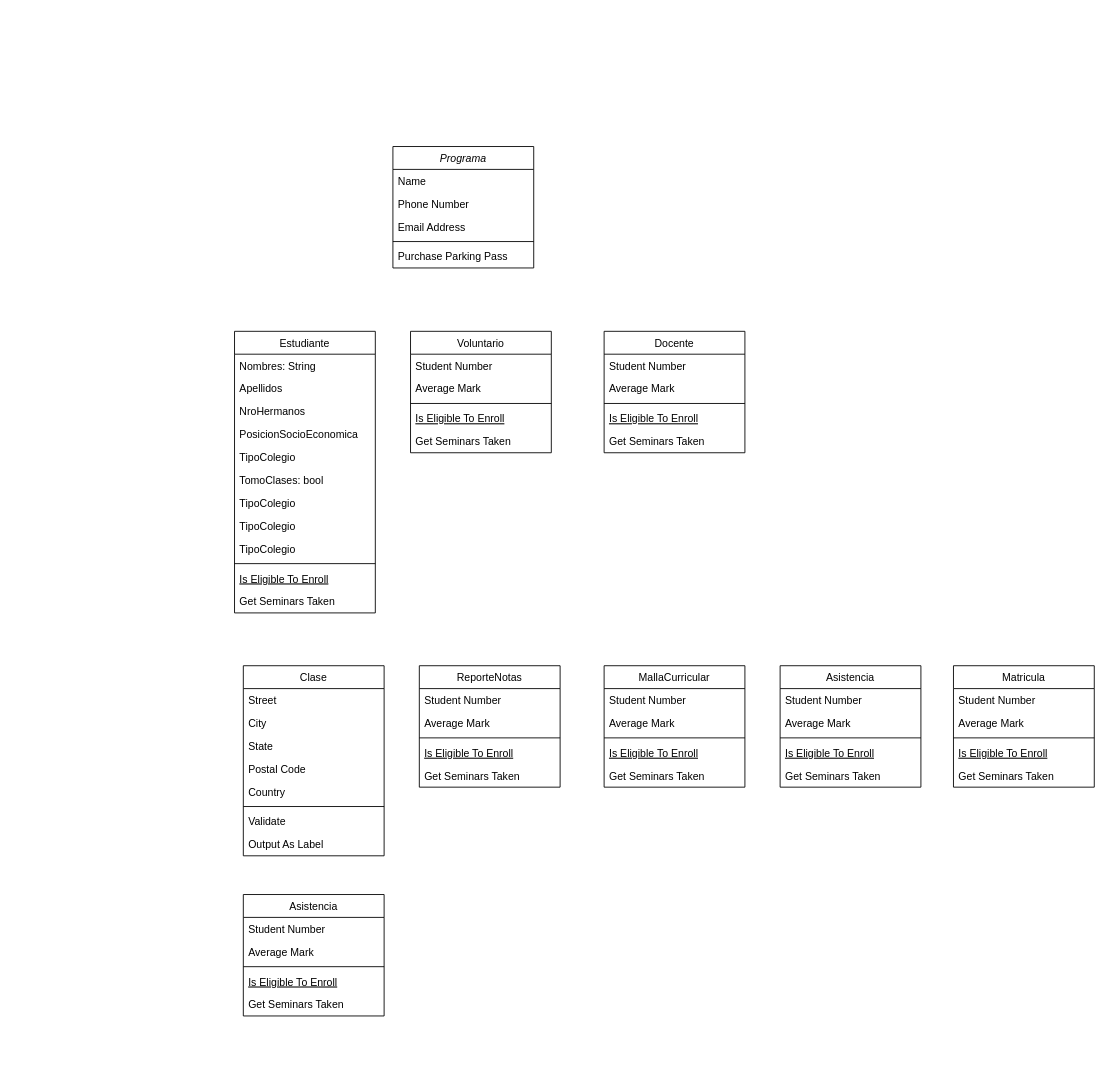
The draw.io diagram diagrama_classes.drawio in NoheliaEstefhania/Learnify, before the edit. Source tidied: cells renumbered, new cells numbered last; positions are measured from the earlier drawing's top-left corner, leaving out a move shared by most shapes. Both pictures are drawn from the tidied source at 88%, with x=0, y=0 at pixel (234, 146).
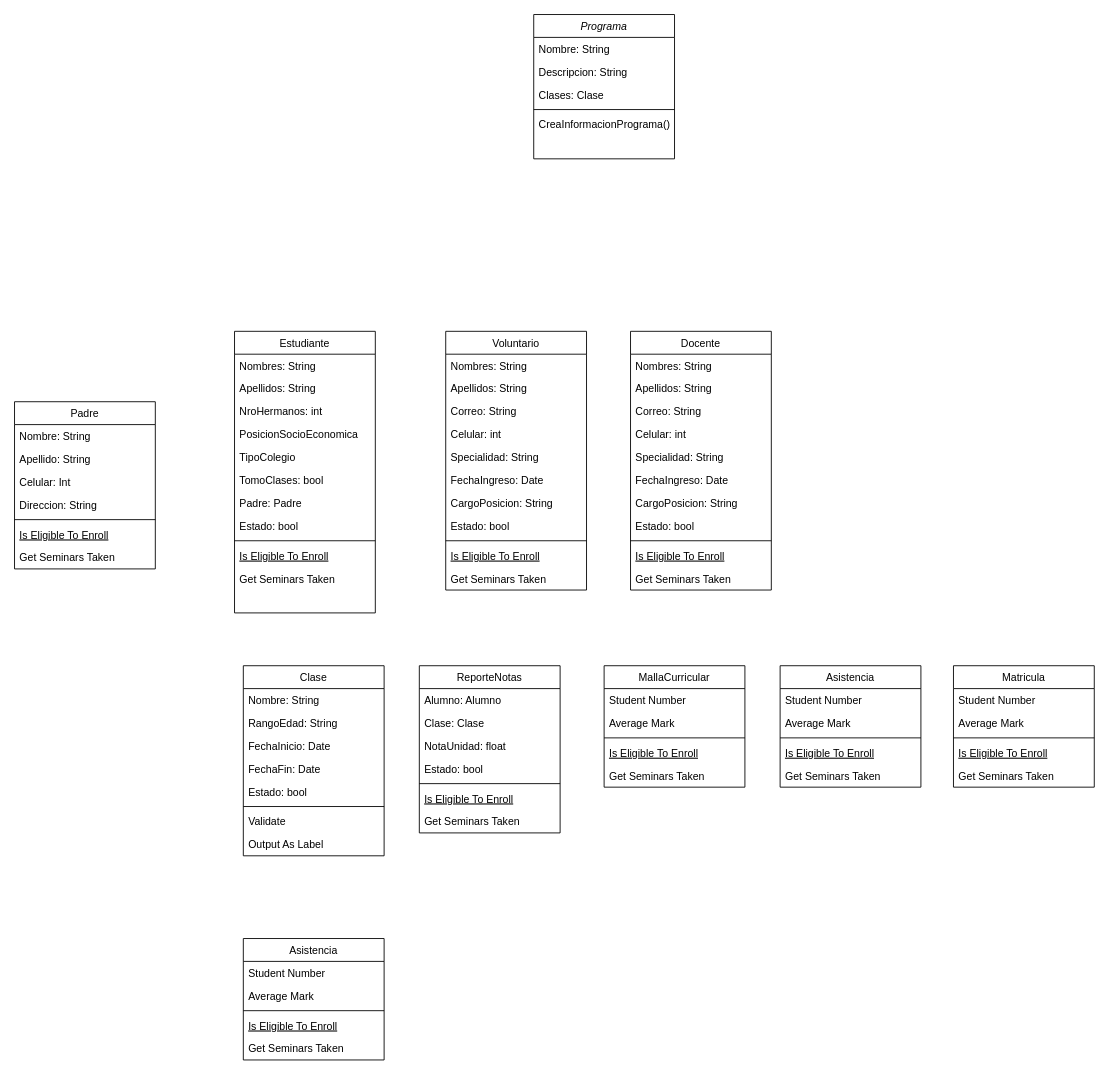
After the change.

Unchanged cells that the change refers to:
```xml
<mxCell id="8" value="Estudiante" style="swimlane;fontStyle=0;align=center;verticalAlign=top;horizontal=1;startSize=26;rounded=0;shadow=0;strokeWidth=1;" parent="1" vertex="1">
  <mxGeometry y="210" width="160" height="320" as="geometry" />
</mxCell>
<mxCell id="21" value="Clase" style="swimlane;fontStyle=0;align=center;verticalAlign=top;horizontal=1;startSize=26;rounded=0;shadow=0;strokeWidth=1;" parent="1" vertex="1">
  <mxGeometry x="10" y="590" width="160" height="216" as="geometry" />
</mxCell>
```

The edit, as a diff of the source:
```diff
@@
     <mxCell id="2" value="Programa" style="swimlane;fontStyle=2;align=center;verticalAlign=top;horizontal=1;startSize=26;rounded=0;shadow=0;strokeWidth=1;" parent="1" vertex="1">
-      <mxGeometry x="180" width="160" height="138" as="geometry" />
+      <mxGeometry x="340" y="-150" width="160" height="164" as="geometry" />
     </mxCell>
-    <mxCell id="3" value="Name" style="text;align=left;verticalAlign=top;spacingLeft=4;spacingRight=4;overflow=hidden;" parent="2" vertex="1">
+    <mxCell id="3" value="Nombre: String" style="text;align=left;verticalAlign=top;spacingLeft=4;spacingRight=4;overflow=hidden;" parent="2" vertex="1">
       <mxGeometry y="26" width="160" height="26" as="geometry" />
     </mxCell>
+    <mxCell id="5" value="Descripcion: String" style="text;align=left;verticalAlign=top;spacingLeft=4;spacingRight=4;overflow=hidden;rounded=0;shadow=0;html=0;" parent="2" vertex="1">
+      <mxGeometry y="52" width="160" height="26" as="geometry" />
+    </mxCell>
-    <mxCell id="4" value="Phone Number" style="text;align=left;verticalAlign=top;spacingLeft=4;spacingRight=4;overflow=hidden;rounded=0;shadow=0;html=0;" parent="2" vertex="1">
-      <mxGeometry y="52" width="160" height="26" as="geometry" />
+    <mxCell id="4" value="Clases: Clase" style="text;align=left;verticalAlign=top;spacingLeft=4;spacingRight=4;overflow=hidden;rounded=0;shadow=0;html=0;" parent="2" vertex="1">
+      <mxGeometry y="78" width="160" height="26" as="geometry" />
     </mxCell>
-    <mxCell id="5" value="Email Address" style="text;align=left;verticalAlign=top;spacingLeft=4;spacingRight=4;overflow=hidden;rounded=0;shadow=0;html=0;" parent="2" vertex="1">
-      <mxGeometry y="78" width="160" height="26" as="geometry" />
-    </mxCell>
@@
-    <mxCell id="7" value="Purchase Parking Pass" style="text;align=left;verticalAlign=top;spacingLeft=4;spacingRight=4;overflow=hidden;" parent="2" vertex="1">
+    <mxCell id="7" value="CreaInformacionPrograma()" style="text;align=left;verticalAlign=top;spacingLeft=4;spacingRight=4;overflow=hidden;" parent="2" vertex="1">
       <mxGeometry y="112" width="160" height="26" as="geometry" />
     </mxCell>
@@
-    <mxCell id="10" value="Apellidos" style="text;align=left;verticalAlign=top;spacingLeft=4;spacingRight=4;overflow=hidden;rounded=0;shadow=0;html=0;" parent="8" vertex="1">
+    <mxCell id="10" value="Apellidos: String" style="text;align=left;verticalAlign=top;spacingLeft=4;spacingRight=4;overflow=hidden;rounded=0;shadow=0;html=0;" parent="8" vertex="1">
       <mxGeometry y="52" width="160" height="26" as="geometry" />
     </mxCell>
-    <mxCell id="11" value="NroHermanos" style="text;align=left;verticalAlign=top;spacingLeft=4;spacingRight=4;overflow=hidden;rounded=0;shadow=0;html=0;" parent="8" vertex="1">
+    <mxCell id="11" value="NroHermanos: int" style="text;align=left;verticalAlign=top;spacingLeft=4;spacingRight=4;overflow=hidden;rounded=0;shadow=0;html=0;" parent="8" vertex="1">
       <mxGeometry y="78" width="160" height="26" as="geometry" />
     </mxCell>
@@
-    <mxCell id="15" value="TipoColegio" style="text;align=left;verticalAlign=top;spacingLeft=4;spacingRight=4;overflow=hidden;rounded=0;shadow=0;html=0;" parent="8" vertex="1">
+    <mxCell id="15" value="Padre: Padre" style="text;align=left;verticalAlign=top;spacingLeft=4;spacingRight=4;overflow=hidden;rounded=0;shadow=0;html=0;" parent="8" vertex="1">
       <mxGeometry y="182" width="160" height="26" as="geometry" />
     </mxCell>
-    <mxCell id="16" value="TipoColegio" style="text;align=left;verticalAlign=top;spacingLeft=4;spacingRight=4;overflow=hidden;rounded=0;shadow=0;html=0;" parent="8" vertex="1">
+    <mxCell id="16" value="Estado: bool" style="text;align=left;verticalAlign=top;spacingLeft=4;spacingRight=4;overflow=hidden;rounded=0;shadow=0;html=0;" parent="8" vertex="1">
       <mxGeometry y="208" width="160" height="26" as="geometry" />
     </mxCell>
-    <mxCell id="17" value="TipoColegio" style="text;align=left;verticalAlign=top;spacingLeft=4;spacingRight=4;overflow=hidden;rounded=0;shadow=0;html=0;" parent="8" vertex="1">
-      <mxGeometry y="234" width="160" height="26" as="geometry" />
-    </mxCell>
     <mxCell id="18" style="line;html=1;strokeWidth=1;align=left;verticalAlign=middle;spacingTop=-1;spacingLeft=3;spacingRight=3;labelPosition=right;" parent="8" vertex="1">
-      <mxGeometry y="260" width="160" height="8" as="geometry" />
+      <mxGeometry y="234" width="160" height="8" as="geometry" />
     </mxCell>
     <mxCell id="19" value="Is Eligible To Enroll" style="text;align=left;verticalAlign=top;spacingLeft=4;spacingRight=4;overflow=hidden;fontStyle=4;" parent="8" vertex="1">
-      <mxGeometry y="268" width="160" height="26" as="geometry" />
+      <mxGeometry y="242" width="160" height="26" as="geometry" />
     </mxCell>
     <mxCell id="20" value="Get Seminars Taken" style="text;align=left;verticalAlign=top;spacingLeft=4;spacingRight=4;overflow=hidden;" parent="8" vertex="1">
-      <mxGeometry y="294" width="160" height="26" as="geometry" />
+      <mxGeometry y="268" width="160" height="26" as="geometry" />
     </mxCell>
@@
-    <mxCell id="22" value="Street" style="text;align=left;verticalAlign=top;spacingLeft=4;spacingRight=4;overflow=hidden;" parent="21" vertex="1">
+    <mxCell id="22" value="Nombre: String" style="text;align=left;verticalAlign=top;spacingLeft=4;spacingRight=4;overflow=hidden;" parent="21" vertex="1">
       <mxGeometry y="26" width="160" height="26" as="geometry" />
     </mxCell>
-    <mxCell id="23" value="City" style="text;align=left;verticalAlign=top;spacingLeft=4;spacingRight=4;overflow=hidden;rounded=0;shadow=0;html=0;" parent="21" vertex="1">
+    <mxCell id="23" value="RangoEdad: String" style="text;align=left;verticalAlign=top;spacingLeft=4;spacingRight=4;overflow=hidden;rounded=0;shadow=0;html=0;" parent="21" vertex="1">
       <mxGeometry y="52" width="160" height="26" as="geometry" />
     </mxCell>
-    <mxCell id="24" value="State" style="text;align=left;verticalAlign=top;spacingLeft=4;spacingRight=4;overflow=hidden;rounded=0;shadow=0;html=0;" parent="21" vertex="1">
+    <mxCell id="24" value="FechaInicio: Date" style="text;align=left;verticalAlign=top;spacingLeft=4;spacingRight=4;overflow=hidden;rounded=0;shadow=0;html=0;" parent="21" vertex="1">
       <mxGeometry y="78" width="160" height="26" as="geometry" />
     </mxCell>
-    <mxCell id="25" value="Postal Code" style="text;align=left;verticalAlign=top;spacingLeft=4;spacingRight=4;overflow=hidden;rounded=0;shadow=0;html=0;" parent="21" vertex="1">
+    <mxCell id="25" value="FechaFin: Date" style="text;align=left;verticalAlign=top;spacingLeft=4;spacingRight=4;overflow=hidden;rounded=0;shadow=0;html=0;" parent="21" vertex="1">
       <mxGeometry y="104" width="160" height="26" as="geometry" />
     </mxCell>
-    <mxCell id="26" value="Country" style="text;align=left;verticalAlign=top;spacingLeft=4;spacingRight=4;overflow=hidden;rounded=0;shadow=0;html=0;" parent="21" vertex="1">
+    <mxCell id="26" value="Estado: bool" style="text;align=left;verticalAlign=top;spacingLeft=4;spacingRight=4;overflow=hidden;rounded=0;shadow=0;html=0;" parent="21" vertex="1">
       <mxGeometry y="130" width="160" height="26" as="geometry" />
     </mxCell>
@@
     <mxCell id="30" value="Voluntario" style="swimlane;fontStyle=0;align=center;verticalAlign=top;horizontal=1;startSize=26;rounded=0;shadow=0;strokeWidth=1;" parent="1" vertex="1">
-      <mxGeometry x="200" y="210" width="160" height="138" as="geometry" />
+      <mxGeometry x="240" y="210" width="160" height="294" as="geometry" />
     </mxCell>
-    <mxCell id="31" value="Student Number" style="text;align=left;verticalAlign=top;spacingLeft=4;spacingRight=4;overflow=hidden;" parent="30" vertex="1">
+    <mxCell id="31" value="Nombres: String" style="text;align=left;verticalAlign=top;spacingLeft=4;spacingRight=4;overflow=hidden;" parent="30" vertex="1">
       <mxGeometry y="26" width="160" height="26" as="geometry" />
     </mxCell>
-    <mxCell id="32" value="Average Mark" style="text;align=left;verticalAlign=top;spacingLeft=4;spacingRight=4;overflow=hidden;rounded=0;shadow=0;html=0;" parent="30" vertex="1">
+    <mxCell id="32" value="Apellidos: String" style="text;align=left;verticalAlign=top;spacingLeft=4;spacingRight=4;overflow=hidden;rounded=0;shadow=0;html=0;" parent="30" vertex="1">
       <mxGeometry y="52" width="160" height="26" as="geometry" />
     </mxCell>
+    <mxCell id="72" value="Correo: String" style="text;align=left;verticalAlign=top;spacingLeft=4;spacingRight=4;overflow=hidden;rounded=0;shadow=0;html=0;" parent="30" vertex="1">
+      <mxGeometry y="78" width="160" height="26" as="geometry" />
+    </mxCell>
+    <mxCell id="73" value="Celular: int" style="text;align=left;verticalAlign=top;spacingLeft=4;spacingRight=4;overflow=hidden;rounded=0;shadow=0;html=0;" parent="30" vertex="1">
+      <mxGeometry y="104" width="160" height="26" as="geometry" />
+    </mxCell>
+    <mxCell id="74" value="Specialidad: String" style="text;align=left;verticalAlign=top;spacingLeft=4;spacingRight=4;overflow=hidden;rounded=0;shadow=0;html=0;" parent="30" vertex="1">
+      <mxGeometry y="130" width="160" height="26" as="geometry" />
+    </mxCell>
+    <mxCell id="75" value="FechaIngreso: Date" style="text;align=left;verticalAlign=top;spacingLeft=4;spacingRight=4;overflow=hidden;rounded=0;shadow=0;html=0;" parent="30" vertex="1">
+      <mxGeometry y="156" width="160" height="26" as="geometry" />
+    </mxCell>
+    <mxCell id="76" value="CargoPosicion: String" style="text;align=left;verticalAlign=top;spacingLeft=4;spacingRight=4;overflow=hidden;rounded=0;shadow=0;html=0;" parent="30" vertex="1">
+      <mxGeometry y="182" width="160" height="26" as="geometry" />
+    </mxCell>
+    <mxCell id="77" value="Estado: bool" style="text;align=left;verticalAlign=top;spacingLeft=4;spacingRight=4;overflow=hidden;rounded=0;shadow=0;html=0;" parent="30" vertex="1">
+      <mxGeometry y="208" width="160" height="26" as="geometry" />
+    </mxCell>
     <mxCell id="33" style="line;html=1;strokeWidth=1;align=left;verticalAlign=middle;spacingTop=-1;spacingLeft=3;spacingRight=3;labelPosition=right;" parent="30" vertex="1">
-      <mxGeometry y="78" width="160" height="8" as="geometry" />
+      <mxGeometry y="234" width="160" height="8" as="geometry" />
     </mxCell>
     <mxCell id="34" value="Is Eligible To Enroll" style="text;align=left;verticalAlign=top;spacingLeft=4;spacingRight=4;overflow=hidden;fontStyle=4;" parent="30" vertex="1">
-      <mxGeometry y="86" width="160" height="26" as="geometry" />
+      <mxGeometry y="242" width="160" height="26" as="geometry" />
     </mxCell>
     <mxCell id="35" value="Get Seminars Taken" style="text;align=left;verticalAlign=top;spacingLeft=4;spacingRight=4;overflow=hidden;" parent="30" vertex="1">
-      <mxGeometry y="112" width="160" height="26" as="geometry" />
+      <mxGeometry y="268" width="160" height="26" as="geometry" />
     </mxCell>
-    <mxCell id="36" value="Docente" style="swimlane;fontStyle=0;align=center;verticalAlign=top;horizontal=1;startSize=26;rounded=0;shadow=0;strokeWidth=1;" parent="1" vertex="1">
-      <mxGeometry x="420" y="210" width="160" height="138" as="geometry" />
-    </mxCell>
-    <mxCell id="37" value="Student Number" style="text;align=left;verticalAlign=top;spacingLeft=4;spacingRight=4;overflow=hidden;" parent="36" vertex="1">
-      <mxGeometry y="26" width="160" height="26" as="geometry" />
-    </mxCell>
-    <mxCell id="38" value="Average Mark" style="text;align=left;verticalAlign=top;spacingLeft=4;spacingRight=4;overflow=hidden;rounded=0;shadow=0;html=0;" parent="36" vertex="1">
-      <mxGeometry y="52" width="160" height="26" as="geometry" />
-    </mxCell>
-    <mxCell id="39" style="line;html=1;strokeWidth=1;align=left;verticalAlign=middle;spacingTop=-1;spacingLeft=3;spacingRight=3;labelPosition=right;" parent="36" vertex="1">
-      <mxGeometry y="78" width="160" height="8" as="geometry" />
-    </mxCell>
-    <mxCell id="40" value="Is Eligible To Enroll" style="text;align=left;verticalAlign=top;spacingLeft=4;spacingRight=4;overflow=hidden;fontStyle=4;" parent="36" vertex="1">
-      <mxGeometry y="86" width="160" height="26" as="geometry" />
-    </mxCell>
-    <mxCell id="41" value="Get Seminars Taken" style="text;align=left;verticalAlign=top;spacingLeft=4;spacingRight=4;overflow=hidden;" parent="36" vertex="1">
-      <mxGeometry y="112" width="160" height="26" as="geometry" />
-    </mxCell>
     <mxCell id="42" value="ReporteNotas" style="swimlane;fontStyle=0;align=center;verticalAlign=top;horizontal=1;startSize=26;rounded=0;shadow=0;strokeWidth=1;" parent="1" vertex="1">
-      <mxGeometry x="210" y="590" width="160" height="138" as="geometry" />
+      <mxGeometry x="210" y="590" width="160" height="190" as="geometry" />
     </mxCell>
-    <mxCell id="43" value="Student Number" style="text;align=left;verticalAlign=top;spacingLeft=4;spacingRight=4;overflow=hidden;" parent="42" vertex="1">
+    <mxCell id="43" value="Alumno: Alumno" style="text;align=left;verticalAlign=top;spacingLeft=4;spacingRight=4;overflow=hidden;" parent="42" vertex="1">
       <mxGeometry y="26" width="160" height="26" as="geometry" />
     </mxCell>
-    <mxCell id="44" value="Average Mark" style="text;align=left;verticalAlign=top;spacingLeft=4;spacingRight=4;overflow=hidden;rounded=0;shadow=0;html=0;" parent="42" vertex="1">
+    <mxCell id="44" value="Clase: Clase" style="text;align=left;verticalAlign=top;spacingLeft=4;spacingRight=4;overflow=hidden;rounded=0;shadow=0;html=0;" parent="42" vertex="1">
       <mxGeometry y="52" width="160" height="26" as="geometry" />
     </mxCell>
+    <mxCell id="78" value="NotaUnidad: float" style="text;align=left;verticalAlign=top;spacingLeft=4;spacingRight=4;overflow=hidden;rounded=0;shadow=0;html=0;" parent="42" vertex="1">
+      <mxGeometry y="78" width="160" height="26" as="geometry" />
+    </mxCell>
+    <mxCell id="79" value="Estado: bool" style="text;align=left;verticalAlign=top;spacingLeft=4;spacingRight=4;overflow=hidden;rounded=0;shadow=0;html=0;" parent="42" vertex="1">
+      <mxGeometry y="104" width="160" height="26" as="geometry" />
+    </mxCell>
     <mxCell id="45" style="line;html=1;strokeWidth=1;align=left;verticalAlign=middle;spacingTop=-1;spacingLeft=3;spacingRight=3;labelPosition=right;" parent="42" vertex="1">
-      <mxGeometry y="78" width="160" height="8" as="geometry" />
+      <mxGeometry y="130" width="160" height="8" as="geometry" />
     </mxCell>
     <mxCell id="46" value="Is Eligible To Enroll" style="text;align=left;verticalAlign=top;spacingLeft=4;spacingRight=4;overflow=hidden;fontStyle=4;" parent="42" vertex="1">
-      <mxGeometry y="86" width="160" height="26" as="geometry" />
+      <mxGeometry y="138" width="160" height="26" as="geometry" />
     </mxCell>
     <mxCell id="47" value="Get Seminars Taken" style="text;align=left;verticalAlign=top;spacingLeft=4;spacingRight=4;overflow=hidden;" parent="42" vertex="1">
-      <mxGeometry y="112" width="160" height="26" as="geometry" />
+      <mxGeometry y="164" width="160" height="26" as="geometry" />
     </mxCell>
@@
     <mxCell id="60" value="Asistencia" style="swimlane;fontStyle=0;align=center;verticalAlign=top;horizontal=1;startSize=26;rounded=0;shadow=0;strokeWidth=1;" parent="1" vertex="1">
-      <mxGeometry x="10" y="850" width="160" height="138" as="geometry" />
+      <mxGeometry x="10" y="900" width="160" height="138" as="geometry" />
     </mxCell>
@@
+    <mxCell id="80" value="Padre" style="swimlane;fontStyle=0;align=center;verticalAlign=top;horizontal=1;startSize=26;rounded=0;shadow=0;strokeWidth=1;" parent="1" vertex="1">
+      <mxGeometry x="-250" y="290" width="160" height="190" as="geometry" />
+    </mxCell>
+    <mxCell id="81" value="Nombre: String" style="text;align=left;verticalAlign=top;spacingLeft=4;spacingRight=4;overflow=hidden;" parent="80" vertex="1">
+      <mxGeometry y="26" width="160" height="26" as="geometry" />
+    </mxCell>
+    <mxCell id="82" value="Apellido: String" style="text;align=left;verticalAlign=top;spacingLeft=4;spacingRight=4;overflow=hidden;rounded=0;shadow=0;html=0;" parent="80" vertex="1">
+      <mxGeometry y="52" width="160" height="26" as="geometry" />
+    </mxCell>
+    <mxCell id="83" value="Celular: Int" style="text;align=left;verticalAlign=top;spacingLeft=4;spacingRight=4;overflow=hidden;rounded=0;shadow=0;html=0;" parent="80" vertex="1">
+      <mxGeometry y="78" width="160" height="26" as="geometry" />
+    </mxCell>
+    <mxCell id="84" value="Direccion: String" style="text;align=left;verticalAlign=top;spacingLeft=4;spacingRight=4;overflow=hidden;rounded=0;shadow=0;html=0;" parent="80" vertex="1">
+      <mxGeometry y="104" width="160" height="26" as="geometry" />
+    </mxCell>
+    <mxCell id="85" style="line;html=1;strokeWidth=1;align=left;verticalAlign=middle;spacingTop=-1;spacingLeft=3;spacingRight=3;labelPosition=right;" parent="80" vertex="1">
+      <mxGeometry y="130" width="160" height="8" as="geometry" />
+    </mxCell>
+    <mxCell id="86" value="Is Eligible To Enroll" style="text;align=left;verticalAlign=top;spacingLeft=4;spacingRight=4;overflow=hidden;fontStyle=4;" parent="80" vertex="1">
+      <mxGeometry y="138" width="160" height="26" as="geometry" />
+    </mxCell>
+    <mxCell id="87" value="Get Seminars Taken" style="text;align=left;verticalAlign=top;spacingLeft=4;spacingRight=4;overflow=hidden;" parent="80" vertex="1">
+      <mxGeometry y="164" width="160" height="26" as="geometry" />
+    </mxCell>
+    <mxCell id="36" value="Docente" style="swimlane;fontStyle=0;align=center;verticalAlign=top;horizontal=1;startSize=26;rounded=0;shadow=0;strokeWidth=1;" parent="1" vertex="1">
+      <mxGeometry x="450" y="210" width="160" height="294" as="geometry" />
+    </mxCell>
+    <mxCell id="88" value="Nombres: String" style="text;align=left;verticalAlign=top;spacingLeft=4;spacingRight=4;overflow=hidden;" parent="36" vertex="1">
+      <mxGeometry y="26" width="160" height="26" as="geometry" />
+    </mxCell>
+    <mxCell id="89" value="Apellidos: String" style="text;align=left;verticalAlign=top;spacingLeft=4;spacingRight=4;overflow=hidden;rounded=0;shadow=0;html=0;" parent="36" vertex="1">
+      <mxGeometry y="52" width="160" height="26" as="geometry" />
+    </mxCell>
+    <mxCell id="90" value="Correo: String" style="text;align=left;verticalAlign=top;spacingLeft=4;spacingRight=4;overflow=hidden;rounded=0;shadow=0;html=0;" parent="36" vertex="1">
+      <mxGeometry y="78" width="160" height="26" as="geometry" />
+    </mxCell>
+    <mxCell id="91" value="Celular: int" style="text;align=left;verticalAlign=top;spacingLeft=4;spacingRight=4;overflow=hidden;rounded=0;shadow=0;html=0;" parent="36" vertex="1">
+      <mxGeometry y="104" width="160" height="26" as="geometry" />
+    </mxCell>
+    <mxCell id="92" value="Specialidad: String" style="text;align=left;verticalAlign=top;spacingLeft=4;spacingRight=4;overflow=hidden;rounded=0;shadow=0;html=0;" parent="36" vertex="1">
+      <mxGeometry y="130" width="160" height="26" as="geometry" />
+    </mxCell>
+    <mxCell id="93" value="FechaIngreso: Date" style="text;align=left;verticalAlign=top;spacingLeft=4;spacingRight=4;overflow=hidden;rounded=0;shadow=0;html=0;" parent="36" vertex="1">
+      <mxGeometry y="156" width="160" height="26" as="geometry" />
+    </mxCell>
+    <mxCell id="94" value="CargoPosicion: String" style="text;align=left;verticalAlign=top;spacingLeft=4;spacingRight=4;overflow=hidden;rounded=0;shadow=0;html=0;" parent="36" vertex="1">
+      <mxGeometry y="182" width="160" height="26" as="geometry" />
+    </mxCell>
+    <mxCell id="95" value="Estado: bool" style="text;align=left;verticalAlign=top;spacingLeft=4;spacingRight=4;overflow=hidden;rounded=0;shadow=0;html=0;" parent="36" vertex="1">
+      <mxGeometry y="208" width="160" height="26" as="geometry" />
+    </mxCell>
+    <mxCell id="96" style="line;html=1;strokeWidth=1;align=left;verticalAlign=middle;spacingTop=-1;spacingLeft=3;spacingRight=3;labelPosition=right;" parent="36" vertex="1">
+      <mxGeometry y="234" width="160" height="8" as="geometry" />
+    </mxCell>
+    <mxCell id="97" value="Is Eligible To Enroll" style="text;align=left;verticalAlign=top;spacingLeft=4;spacingRight=4;overflow=hidden;fontStyle=4;" parent="36" vertex="1">
+      <mxGeometry y="242" width="160" height="26" as="geometry" />
+    </mxCell>
+    <mxCell id="98" value="Get Seminars Taken" style="text;align=left;verticalAlign=top;spacingLeft=4;spacingRight=4;overflow=hidden;" parent="36" vertex="1">
+      <mxGeometry y="268" width="160" height="26" as="geometry" />
+    </mxCell>
```
